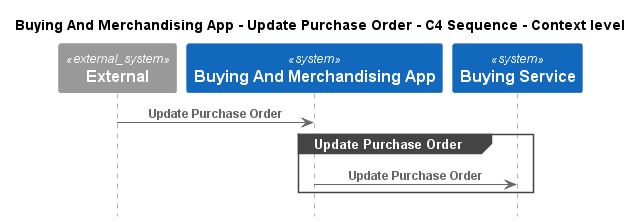
The PlantUML diagram e-commerce-platform/Software Systems/Buying And Merchandising App/Interfaces/Update Purchase Order/Context - C4 Sequence.png in C4InterFlow/architecture-as-code-samples, before a commit.
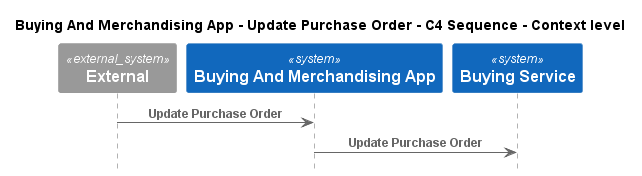
After the commit.

What changed in the source:
```diff
@@ -9,9 +9,7 @@
 System(ECommercePlatform.SoftwareSystems.BuyingService, "Buying Service", "")
 
 Rel(C4InterFlow.SoftwareSystems.ExternalSystem, ECommercePlatform.SoftwareSystems.BuyingAndMerchandisingApp, "Update Purchase Order")
-group Update Purchase Order
 Rel(ECommercePlatform.SoftwareSystems.BuyingAndMerchandisingApp, ECommercePlatform.SoftwareSystems.BuyingService, "Update Purchase Order")
-end
 
 
 @enduml
```
